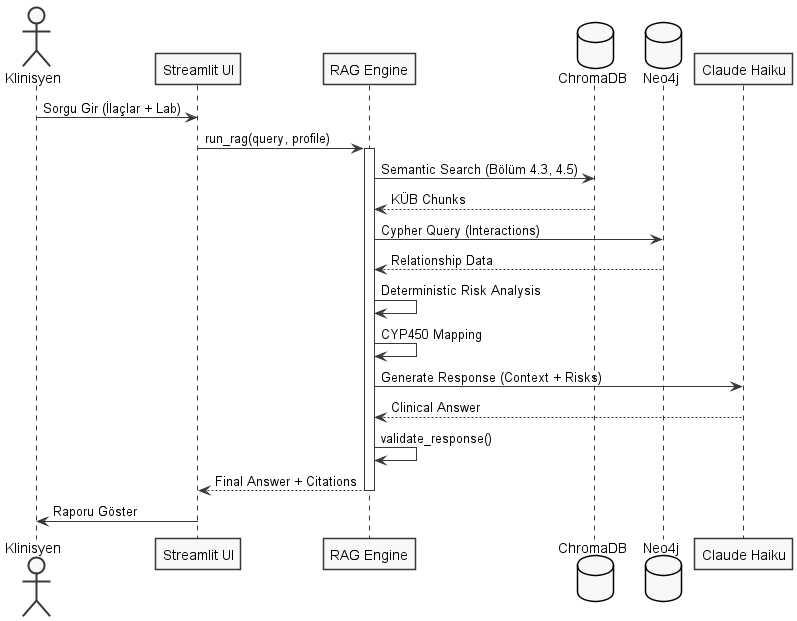
The PlantUML diagram data/diagrams/sequence/PharmAssist_Sequence.png in batinkesc/pharmassist, before a commit.
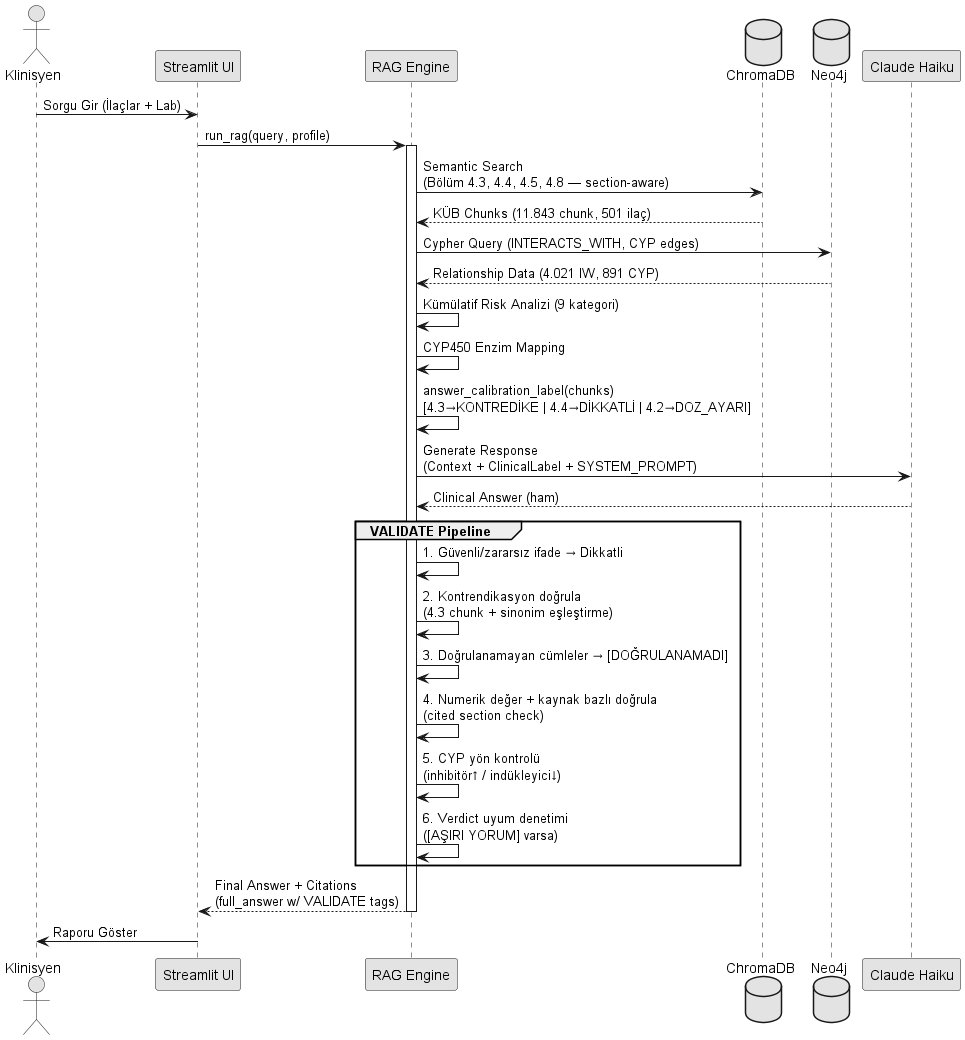
After the change.

Diff of the diagram source:
```diff
@@ -12,20 +12,31 @@
 UI -> Engine : run_rag(query, profile)
 
 activate Engine
-Engine -> Vector : Semantic Search (Bölüm 4.3, 4.5)
-Vector --> Engine : KÜB Chunks
 
-Engine -> Graph : Cypher Query (Interactions)
-Graph --> Engine : Relationship Data
+Engine -> Vector : Semantic Search\n(Bölüm 4.3, 4.4, 4.5, 4.8 — section-aware)
+Vector --> Engine : KÜB Chunks (11.843 chunk, 501 ilaç)
 
-Engine -> Engine : Deterministic Risk Analysis
-Engine -> Engine : CYP450 Mapping
+Engine -> Graph : Cypher Query (INTERACTS_WITH, CYP edges)
+Graph --> Engine : Relationship Data (4.021 IW, 891 CYP)
 
-Engine -> LLM : Generate Response (Context + Risks)
-LLM --> Engine : Clinical Answer
+Engine -> Engine : Kümülatif Risk Analizi (9 kategori)
+Engine -> Engine : CYP450 Enzim Mapping
 
-Engine -> Engine : validate_response()
-Engine --> UI : Final Answer + Citations
+Engine -> Engine : answer_calibration_label(chunks)\n[4.3→KONTREDİKE | 4.4→DİKKATLİ | 4.2→DOZ_AYARI]
+
+Engine -> LLM : Generate Response\n(Context + ClinicalLabel + SYSTEM_PROMPT)
+LLM --> Engine : Clinical Answer (ham)
+
+group VALIDATE Pipeline
+  Engine -> Engine : 1. Güvenli/zararsız ifade → Dikkatli
+  Engine -> Engine : 2. Kontrendikasyon doğrula\n(4.3 chunk + sinonim eşleştirme)
+  Engine -> Engine : 3. Doğrulanamayan cümleler → [DOĞRULANAMADI]
+  Engine -> Engine : 4. Numerik değer + kaynak bazlı doğrula\n(cited section check)
+  Engine -> Engine : 5. CYP yön kontrolü\n(inhibitör↑ / indükleyici↓)
+  Engine -> Engine : 6. Verdict uyum denetimi\n([AŞIRI YORUM] varsa)
+end group
+
+Engine --> UI : Final Answer + Citations\n(full_answer w/ VALIDATE tags)
 deactivate Engine
 
 UI -> User : Raporu Göster
```
